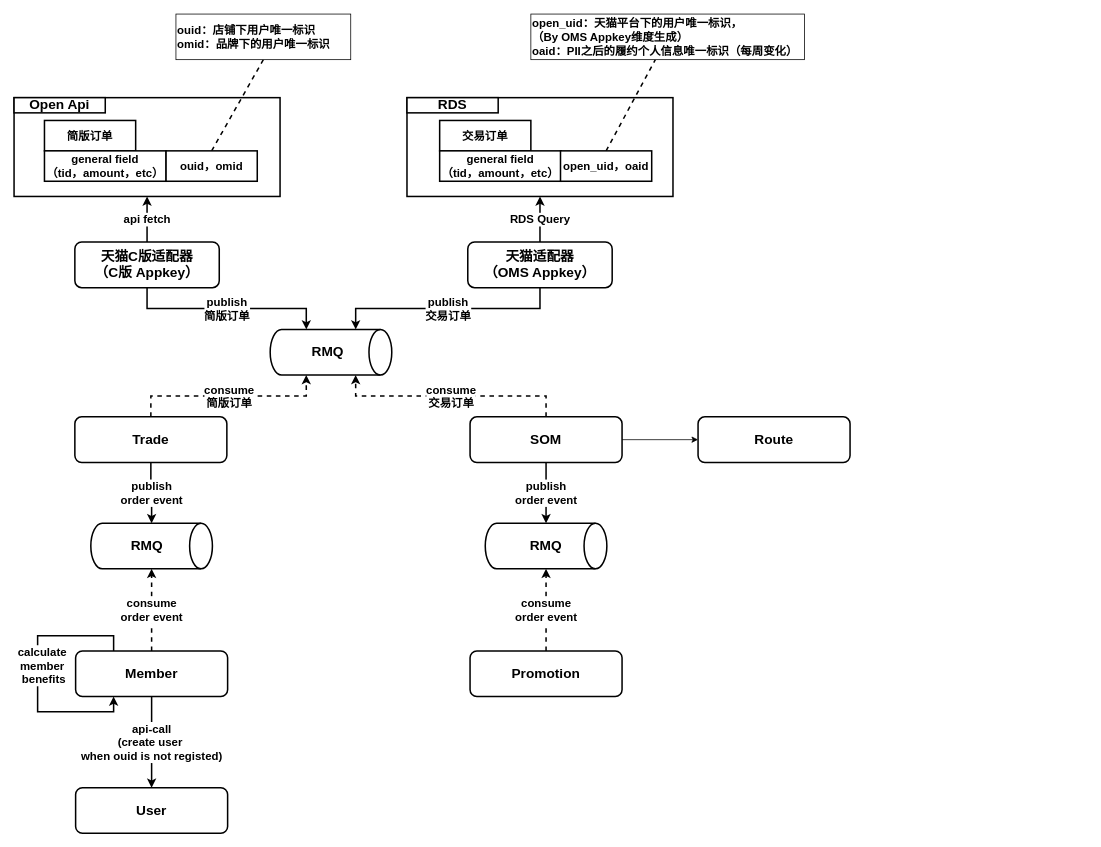
Earlier version of the draw.io diagram projects.drawio (jackie-thank/beego-authz). Source tidied: cells renumbered, new cells numbered last; positions are measured from the earlier drawing's top-left corner, leaving out a move shared by most shapes. Both pictures are drawn from the tidied source at 76%, with x=0, y=0 at pixel (14, 14).
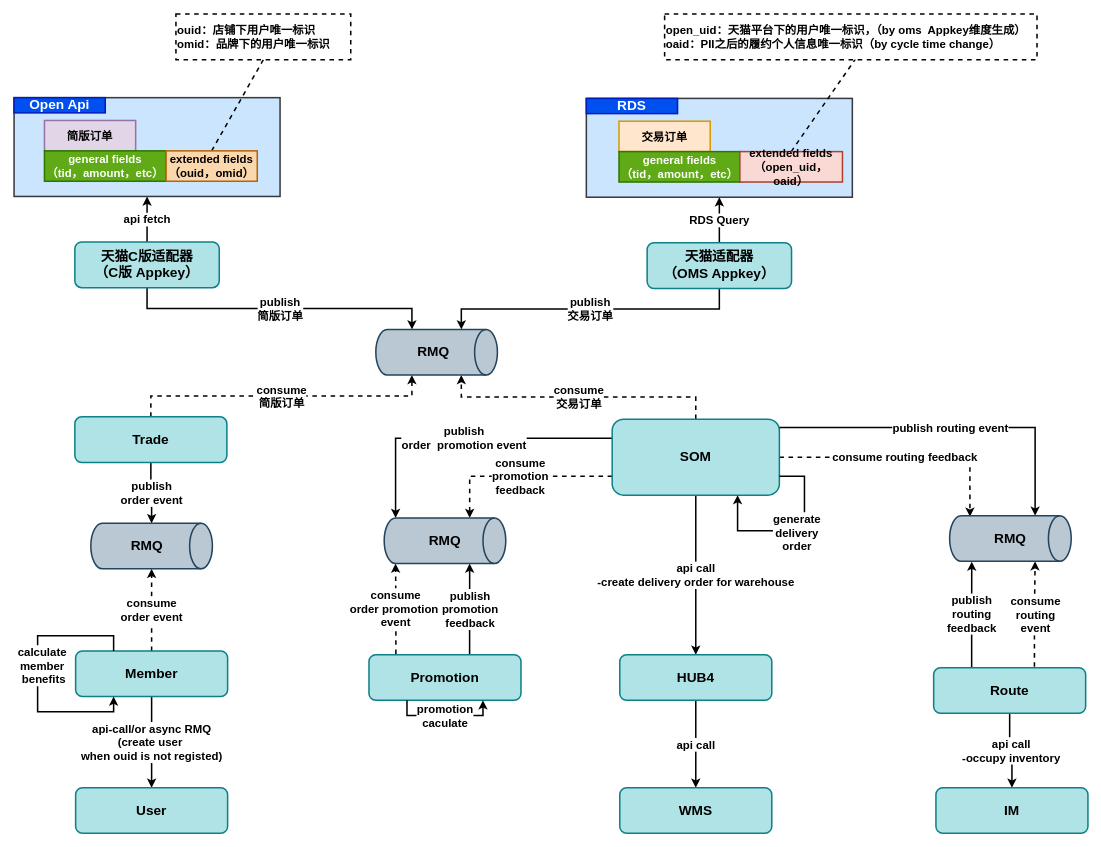
The same page after the edit.

What changed in the source:
```diff
@@
-    <mxCell id="2" style="rounded=0;whiteSpace=wrap;html=1;strokeWidth=2;fontStyle=1;fontSize=15;" parent="1" vertex="1">
-      <mxGeometry x="517" y="110" width="350" height="130" as="geometry" />
+    <mxCell id="2" style="rounded=0;whiteSpace=wrap;html=1;strokeWidth=2;fontStyle=1;fontSize=15;fillColor=#cce5ff;strokeColor=#36393d;" parent="1" vertex="1">
+      <mxGeometry x="753" y="111" width="350" height="130" as="geometry" />
     </mxCell>
-    <mxCell id="3" style="rounded=0;whiteSpace=wrap;html=1;strokeWidth=2;fontStyle=1;fontSize=15;" parent="1" vertex="1">
+    <mxCell id="3" style="rounded=0;whiteSpace=wrap;html=1;strokeWidth=2;fontStyle=1;fontSize=15;fillColor=#cce5ff;strokeColor=#36393d;" parent="1" vertex="1">
       <mxGeometry y="110" width="350" height="130" as="geometry" />
     </mxCell>
-    <mxCell id="4" value="简版订单" style="rounded=0;whiteSpace=wrap;html=1;strokeWidth=2;fontStyle=1;fontSize=15;" parent="1" vertex="1">
+    <mxCell id="4" value="简版订单" style="rounded=0;whiteSpace=wrap;html=1;strokeWidth=2;fontStyle=1;fontSize=15;fillColor=#e1d5e7;strokeColor=#9673a6;" parent="1" vertex="1">
       <mxGeometry x="40" y="140" width="120" height="40" as="geometry" />
     </mxCell>
-    <mxCell id="5" value="交易订单" style="rounded=0;whiteSpace=wrap;html=1;strokeWidth=2;fontStyle=1;fontSize=15;" parent="1" vertex="1">
-      <mxGeometry x="560" y="140" width="120" height="40" as="geometry" />
+    <mxCell id="5" value="交易订单" style="rounded=0;whiteSpace=wrap;html=1;strokeWidth=2;fontStyle=1;fontSize=15;fillColor=#ffe6cc;strokeColor=#d79b00;" parent="1" vertex="1">
+      <mxGeometry x="796" y="141" width="120" height="40" as="geometry" />
     </mxCell>
-    <mxCell id="6" value="&lt;div style=&quot;font-size: 15px;&quot;&gt;general field&lt;/div&gt;&lt;div style=&quot;font-size: 15px;&quot;&gt;（tid，amount，etc）&lt;/div&gt;" style="rounded=0;whiteSpace=wrap;html=1;strokeWidth=2;fontStyle=1;fontSize=15;" parent="1" vertex="1">
+    <mxCell id="6" value="&lt;div style=&quot;font-size: 15px;&quot;&gt;general fields&lt;/div&gt;&lt;div style=&quot;font-size: 15px;&quot;&gt;（tid，amount，etc）&lt;/div&gt;" style="rounded=0;whiteSpace=wrap;html=1;strokeWidth=2;fontStyle=1;fontSize=15;fillColor=#60a917;strokeColor=#2D7600;fontColor=#ffffff;" parent="1" vertex="1">
       <mxGeometry x="40" y="180" width="160" height="40" as="geometry" />
     </mxCell>
@@
-    <mxCell id="8" value="ouid，omid" style="rounded=0;whiteSpace=wrap;html=1;strokeWidth=2;fontStyle=1;fontSize=15;" parent="1" vertex="1">
+    <mxCell id="8" value="&lt;div&gt;extended fields&lt;br&gt;&lt;/div&gt;&lt;div&gt;（ouid，omid）&lt;/div&gt;" style="rounded=0;whiteSpace=wrap;html=1;strokeWidth=2;fontStyle=1;fontSize=15;fillColor=#fad7ac;strokeColor=#b46504;" parent="1" vertex="1">
       <mxGeometry x="200" y="180" width="120" height="40" as="geometry" />
     </mxCell>
-    <mxCell id="9" value="&lt;div style=&quot;font-size: 15px;&quot;&gt;general field&lt;/div&gt;&lt;div style=&quot;font-size: 15px;&quot;&gt;（tid，amount，etc）&lt;/div&gt;" style="rounded=0;whiteSpace=wrap;html=1;strokeWidth=2;fontStyle=1;fontSize=15;" parent="1" vertex="1">
-      <mxGeometry x="560" y="180" width="160" height="40" as="geometry" />
+    <mxCell id="9" value="&lt;div style=&quot;font-size: 15px;&quot;&gt;general fields&lt;/div&gt;&lt;div style=&quot;font-size: 15px;&quot;&gt;（tid，amount，etc）&lt;/div&gt;" style="rounded=0;whiteSpace=wrap;html=1;strokeWidth=2;fontStyle=1;fontSize=15;fillColor=#60a917;fontColor=#ffffff;strokeColor=#2D7600;" parent="1" vertex="1">
+      <mxGeometry x="796" y="181" width="160" height="40" as="geometry" />
     </mxCell>
-    <mxCell id="10" style="rounded=0;jettySize=auto;html=1;exitX=0.5;exitY=0;exitDx=0;exitDy=0;endArrow=none;endFill=0;dashed=1;strokeWidth=2;" parent="1" edge="1" source="11" target="38">
+    <mxCell id="10" style="rounded=0;jettySize=auto;html=1;exitX=0.5;exitY=0;exitDx=0;exitDy=0;endArrow=none;endFill=0;dashed=1;strokeWidth=2;entryX=0.514;entryY=0.967;entryDx=0;entryDy=0;entryPerimeter=0;" parent="1" edge="1" source="11" target="38">
       <mxGeometry relative="1" as="geometry" />
     </mxCell>
-    <mxCell id="11" value="open_uid，oaid" style="rounded=0;whiteSpace=wrap;html=1;strokeWidth=2;fontStyle=1;fontSize=15;" parent="1" vertex="1">
-      <mxGeometry x="719" y="180" width="120" height="40" as="geometry" />
+    <mxCell id="11" value="&lt;div&gt;extended fields&lt;/div&gt;&lt;div&gt;（open_uid，oaid）&lt;/div&gt;" style="rounded=0;whiteSpace=wrap;html=1;strokeWidth=2;fontStyle=1;fontSize=15;fillColor=#fad9d5;strokeColor=#ae4132;" parent="1" vertex="1">
+      <mxGeometry x="955" y="181" width="135" height="40" as="geometry" />
     </mxCell>
@@
-    <mxCell id="14" value="&lt;div style=&quot;font-size: 18px;&quot;&gt;天猫C版适配器&lt;/div&gt;&lt;div style=&quot;font-size: 18px;&quot;&gt;（C版 Appkey）&lt;/div&gt;" style="rounded=1;whiteSpace=wrap;html=1;strokeWidth=2;fontStyle=1;fontSize=18;" parent="1" vertex="1">
+    <mxCell id="14" value="&lt;div style=&quot;font-size: 18px;&quot;&gt;天猫C版适配器&lt;/div&gt;&lt;div style=&quot;font-size: 18px;&quot;&gt;（C版 Appkey）&lt;/div&gt;" style="rounded=1;whiteSpace=wrap;html=1;strokeWidth=2;fontStyle=1;fontSize=18;fillColor=#b0e3e6;strokeColor=#0e8088;" parent="1" vertex="1">
       <mxGeometry x="80" y="300" width="190" height="60" as="geometry" />
     </mxCell>
@@
-    <mxCell id="17" value="&lt;div style=&quot;font-size: 18px;&quot;&gt;天猫适配器&lt;/div&gt;&lt;div style=&quot;font-size: 18px;&quot;&gt;（OMS Appkey）&lt;br style=&quot;font-size: 18px;&quot;&gt;&lt;/div&gt;" style="rounded=1;whiteSpace=wrap;html=1;strokeWidth=2;fontStyle=1;fontSize=18;" parent="1" vertex="1">
-      <mxGeometry x="597" y="300" width="190" height="60" as="geometry" />
+    <mxCell id="17" value="&lt;div style=&quot;font-size: 18px;&quot;&gt;天猫适配器&lt;/div&gt;&lt;div style=&quot;font-size: 18px;&quot;&gt;（OMS Appkey）&lt;br style=&quot;font-size: 18px;&quot;&gt;&lt;/div&gt;" style="rounded=1;whiteSpace=wrap;html=1;strokeWidth=2;fontStyle=1;fontSize=18;fillColor=#b0e3e6;strokeColor=#0e8088;" parent="1" vertex="1">
+      <mxGeometry x="833" y="301" width="190" height="60" as="geometry" />
     </mxCell>
-    <mxCell id="18" value="Open Api" style="rounded=0;whiteSpace=wrap;html=1;strokeWidth=2;fontStyle=1;fontSize=18;" parent="1" vertex="1">
+    <mxCell id="18" value="Open Api" style="rounded=0;whiteSpace=wrap;html=1;strokeWidth=2;fontStyle=1;fontSize=18;fillColor=#0050ef;fontColor=#ffffff;strokeColor=#001DBC;" parent="1" vertex="1">
       <mxGeometry y="110" width="120" height="20" as="geometry" />
     </mxCell>
-    <mxCell id="19" value="RDS" style="rounded=0;whiteSpace=wrap;html=1;strokeWidth=2;fontStyle=1;fontSize=18;" parent="1" vertex="1">
-      <mxGeometry x="517" y="110" width="120" height="20" as="geometry" />
+    <mxCell id="19" value="RDS" style="rounded=0;whiteSpace=wrap;html=1;strokeWidth=2;fontStyle=1;fontSize=18;fillColor=#0050ef;fontColor=#ffffff;strokeColor=#001DBC;" parent="1" vertex="1">
+      <mxGeometry x="753" y="111" width="120" height="20" as="geometry" />
     </mxCell>
@@
-    <mxCell id="22" value="Trade" style="rounded=1;whiteSpace=wrap;html=1;strokeWidth=2;fontSize=18;fontStyle=1;" parent="1" vertex="1">
+    <mxCell id="22" value="Trade" style="rounded=1;whiteSpace=wrap;html=1;strokeWidth=2;fontSize=18;fontStyle=1;fillColor=#b0e3e6;strokeColor=#0e8088;" parent="1" vertex="1">
       <mxGeometry x="80" y="530" width="200" height="60" as="geometry" />
     </mxCell>
@@
-    <mxCell id="24" value="&lt;div&gt;publish&lt;/div&gt;&lt;div&gt;order event&lt;br&gt;&lt;/div&gt;" style="edgeStyle=orthogonalEdgeStyle;rounded=0;jettySize=auto;html=1;exitX=0.5;exitY=1;exitDx=0;exitDy=0;fontSize=15;fontStyle=1;strokeWidth=2;entryX=0;entryY=0.5;entryDx=0;entryDy=0;entryPerimeter=0;" parent="1" edge="1" source="26" target="41">
+    <mxCell id="24" value="&lt;div&gt;publish&lt;/div&gt;&lt;div&gt;order&amp;nbsp; promotion event&lt;br&gt;&lt;/div&gt;" style="edgeStyle=orthogonalEdgeStyle;rounded=0;jettySize=auto;html=1;exitX=0;exitY=0.25;exitDx=0;exitDy=0;fontSize=15;fontStyle=1;strokeWidth=2;entryX=0;entryY=1;entryDx=0;entryDy=-15;entryPerimeter=0;" parent="1" edge="1" source="26" target="41">
       <mxGeometry relative="1" as="geometry" />
     </mxCell>
-    <mxCell id="25" style="edgeStyle=orthogonalEdgeStyle;rounded=0;jettySize=auto;html=1;exitX=1;exitY=0.5;exitDx=0;exitDy=0;entryX=0;entryY=0.5;entryDx=0;entryDy=0;" parent="1" edge="1" source="26" target="43">
-      <mxGeometry relative="1" as="geometry" />
+    <mxCell id="25" value="&lt;div&gt;publish routing event&lt;br&gt;&lt;/div&gt;" style="edgeStyle=orthogonalEdgeStyle;rounded=0;jettySize=auto;html=1;exitX=0.994;exitY=0.126;exitDx=0;exitDy=0;entryX=0;entryY=0;entryDx=0;entryDy=47.5;entryPerimeter=0;fontSize=15;strokeWidth=2;fontStyle=1;exitPerimeter=0;" parent="1" edge="1" source="26" target="52">
+      <mxGeometry relative="1" as="geometry">
+        <Array as="points">
+          <mxPoint x="1007" y="546" />
+          <mxPoint x="1007" y="544" />
+          <mxPoint x="1344" y="544" />
+          <mxPoint x="1344" y="660" />
+        </Array>
+      </mxGeometry>
     </mxCell>
+    <mxCell id="44" value="&lt;div style=&quot;font-size: 15px;&quot;&gt;consume&lt;/div&gt;&lt;div style=&quot;font-size: 15px;&quot;&gt;promotion&lt;/div&gt;&lt;div style=&quot;font-size: 15px;&quot;&gt;feedback&lt;br style=&quot;font-size: 15px;&quot;&gt;&lt;/div&gt;" style="edgeStyle=orthogonalEdgeStyle;rounded=0;jettySize=auto;html=1;exitX=0;exitY=0.75;exitDx=0;exitDy=0;entryX=0;entryY=0;entryDx=0;entryDy=47.5;entryPerimeter=0;fontSize=15;fontStyle=1;strokeWidth=2;dashed=1;" parent="1" edge="1" source="26" target="41">
+      <mxGeometry relative="1" as="geometry" />
+    </mxCell>
+    <mxCell id="45" value="&lt;div&gt;api call&lt;/div&gt;&lt;div&gt;-create delivery order for warehouse&lt;br&gt;&lt;/div&gt;" style="edgeStyle=orthogonalEdgeStyle;rounded=0;jettySize=auto;html=1;exitX=0.5;exitY=1;exitDx=0;exitDy=0;strokeWidth=2;fontSize=15;fontStyle=1;" parent="1" edge="1" source="26" target="56">
+      <mxGeometry relative="1" as="geometry" />
+    </mxCell>
+    <mxCell id="46" value="&lt;div style=&quot;font-size: 15px;&quot;&gt;consume routing feedback&lt;br style=&quot;font-size: 15px;&quot;&gt;&lt;/div&gt;" style="rounded=0;jettySize=auto;html=1;exitX=1;exitY=0.5;exitDx=0;exitDy=0;entryX=0.022;entryY=0.833;entryDx=0;entryDy=0;entryPerimeter=0;dashed=1;strokeWidth=2;fontSize=15;fontStyle=1;edgeStyle=orthogonalEdgeStyle;" parent="1" edge="1" source="26" target="52">
+      <mxGeometry relative="1" as="geometry" />
+    </mxCell>
-    <mxCell id="26" value="SOM" style="rounded=1;whiteSpace=wrap;html=1;strokeWidth=2;fontSize=18;fontStyle=1;" parent="1" vertex="1">
-      <mxGeometry x="600" y="530" width="200" height="60" as="geometry" />
+    <mxCell id="26" value="SOM" style="rounded=1;whiteSpace=wrap;html=1;strokeWidth=2;fontSize=18;fontStyle=1;fillColor=#b0e3e6;strokeColor=#0e8088;" parent="1" vertex="1">
+      <mxGeometry x="787" y="533" width="220" height="100" as="geometry" />
     </mxCell>
-    <mxCell id="27" style="shape=cylinder3;whiteSpace=wrap;html=1;boundedLbl=1;backgroundOutline=1;size=15;rotation=90;strokeWidth=2;" parent="1" vertex="1">
-      <mxGeometry x="387" y="365" width="60" height="160" as="geometry" />
+    <mxCell id="27" style="shape=cylinder3;whiteSpace=wrap;html=1;boundedLbl=1;backgroundOutline=1;size=15;rotation=90;strokeWidth=2;fillColor=#bac8d3;strokeColor=#23445d;" parent="1" vertex="1">
+      <mxGeometry x="526" y="365" width="60" height="160" as="geometry" />
     </mxCell>
     <mxCell id="28" value="RMQ" style="text;html=1;strokeColor=none;fillColor=none;align=center;verticalAlign=middle;whiteSpace=wrap;rounded=0;fontStyle=1;fontSize=18;" parent="1" vertex="1">
-      <mxGeometry x="383" y="430" width="60" height="30" as="geometry" />
+      <mxGeometry x="522" y="430" width="60" height="30" as="geometry" />
     </mxCell>
@@
-    <mxCell id="30" value="&lt;div style=&quot;font-size: 15px;&quot;&gt;api-call&lt;/div&gt;&lt;div style=&quot;font-size: 15px;&quot;&gt;(create user&amp;nbsp;&lt;/div&gt;&lt;div style=&quot;font-size: 15px;&quot;&gt;when ouid is not registed)&lt;br style=&quot;font-size: 15px;&quot;&gt;&lt;/div&gt;" style="edgeStyle=orthogonalEdgeStyle;rounded=0;jettySize=auto;html=1;exitX=0.5;exitY=1;exitDx=0;exitDy=0;strokeWidth=2;fontSize=15;fontStyle=1;" parent="1" edge="1" source="31" target="36">
+    <mxCell id="30" value="&lt;div style=&quot;font-size: 15px;&quot;&gt;api-call/or async RMQ&lt;br&gt;&lt;/div&gt;&lt;div style=&quot;font-size: 15px;&quot;&gt;(create user&amp;nbsp;&lt;/div&gt;&lt;div style=&quot;font-size: 15px;&quot;&gt;when ouid is not registed)&lt;/div&gt;" style="edgeStyle=orthogonalEdgeStyle;rounded=0;jettySize=auto;html=1;exitX=0.5;exitY=1;exitDx=0;exitDy=0;strokeWidth=2;fontSize=15;fontStyle=1;" parent="1" edge="1" source="31" target="36">
       <mxGeometry relative="1" as="geometry" />
     </mxCell>
-    <mxCell id="31" value="Member" style="rounded=1;whiteSpace=wrap;html=1;strokeWidth=2;fontSize=18;fontStyle=1;" parent="1" vertex="1">
+    <mxCell id="31" value="Member" style="rounded=1;whiteSpace=wrap;html=1;strokeWidth=2;fontSize=18;fontStyle=1;fillColor=#b0e3e6;strokeColor=#0e8088;" parent="1" vertex="1">
       <mxGeometry x="81" y="838" width="200" height="60" as="geometry" />
     </mxCell>
-    <mxCell id="32" style="shape=cylinder3;whiteSpace=wrap;html=1;boundedLbl=1;backgroundOutline=1;size=15;rotation=90;strokeWidth=2;" parent="1" vertex="1">
+    <mxCell id="32" style="shape=cylinder3;whiteSpace=wrap;html=1;boundedLbl=1;backgroundOutline=1;size=15;rotation=90;strokeWidth=2;fillColor=#bac8d3;strokeColor=#23445d;" parent="1" vertex="1">
       <mxGeometry x="151" y="620" width="60" height="160" as="geometry" />
     </mxCell>
@@
-    <mxCell id="36" value="User" style="rounded=1;whiteSpace=wrap;html=1;strokeWidth=2;fontSize=18;fontStyle=1;" parent="1" vertex="1">
+    <mxCell id="36" value="User" style="rounded=1;whiteSpace=wrap;html=1;strokeWidth=2;fontSize=18;fontStyle=1;fillColor=#b0e3e6;strokeColor=#0e8088;" parent="1" vertex="1">
       <mxGeometry x="81" y="1018" width="200" height="60" as="geometry" />
     </mxCell>
-    <mxCell id="37" value="&lt;div style=&quot;font-size: 15px;&quot;&gt;ouid：店铺下用户唯一标识&lt;/div&gt;&lt;div style=&quot;font-size: 15px;&quot;&gt;omid：品牌下的用户唯一标识&lt;br style=&quot;font-size: 15px;&quot;&gt;&lt;/div&gt;" style="rounded=0;whiteSpace=wrap;html=1;fontStyle=1;fontSize=15;align=left;" parent="1" vertex="1">
+    <mxCell id="37" value="&lt;div style=&quot;font-size: 15px;&quot;&gt;ouid：店铺下用户唯一标识&lt;/div&gt;&lt;div style=&quot;font-size: 15px;&quot;&gt;omid：品牌下的用户唯一标识&lt;br style=&quot;font-size: 15px;&quot;&gt;&lt;/div&gt;" style="rounded=0;whiteSpace=wrap;html=1;fontStyle=1;fontSize=15;align=left;dashed=1;strokeWidth=2;" parent="1" vertex="1">
       <mxGeometry x="213" width="230" height="60" as="geometry" />
     </mxCell>
-    <mxCell id="38" value="&lt;div style=&quot;font-size: 15px;&quot;&gt;open_uid：天猫平台下的用户唯一标识，&lt;/div&gt;&lt;div style=&quot;font-size: 15px;&quot;&gt;（By OMS Appkey维度生成）&lt;/div&gt;&lt;div style=&quot;font-size: 15px;&quot;&gt;oaid：PII之后的履约个人信息唯一标识（每周变化）&lt;br style=&quot;font-size: 15px;&quot;&gt;&lt;/div&gt;" style="rounded=0;whiteSpace=wrap;html=1;fontSize=15;fontStyle=1;align=left;" parent="1" vertex="1">
-      <mxGeometry x="680" width="360" height="60" as="geometry" />
+    <mxCell id="38" value="&lt;div style=&quot;font-size: 15px;&quot;&gt;open_uid：天猫平台下的用户唯一标识，（by oms&amp;nbsp; Appkey维度生成）&lt;/div&gt;&lt;div style=&quot;font-size: 15px;&quot;&gt;oaid：PII之后的履约个人信息唯一标识（by cycle time change）&lt;br style=&quot;font-size: 15px;&quot;&gt;&lt;/div&gt;" style="rounded=0;whiteSpace=wrap;html=1;fontSize=15;fontStyle=1;align=left;dashed=1;strokeWidth=2;" parent="1" vertex="1">
+      <mxGeometry x="856" width="490" height="60" as="geometry" />
     </mxCell>
-    <mxCell id="39" value="&lt;div style=&quot;font-size: 15px;&quot;&gt;consume&lt;/div&gt;&lt;div style=&quot;font-size: 15px;&quot;&gt;order event&lt;br style=&quot;font-size: 15px;&quot;&gt;&lt;/div&gt;" style="edgeStyle=orthogonalEdgeStyle;rounded=0;jettySize=auto;html=1;exitX=0.5;exitY=0;exitDx=0;exitDy=0;entryX=1;entryY=0.5;entryDx=0;entryDy=0;entryPerimeter=0;strokeWidth=2;dashed=1;fontSize=15;fontStyle=1;" parent="1" edge="1" source="40" target="41">
+    <mxCell id="39" value="&lt;div style=&quot;font-size: 15px;&quot;&gt;consume&lt;/div&gt;&lt;div style=&quot;font-size: 15px;&quot;&gt;order promotion&amp;nbsp;&lt;/div&gt;&lt;div style=&quot;font-size: 15px;&quot;&gt;event&lt;br style=&quot;font-size: 15px;&quot;&gt;&lt;/div&gt;" style="edgeStyle=orthogonalEdgeStyle;rounded=0;jettySize=auto;html=1;exitX=0.177;exitY=-0.017;exitDx=0;exitDy=0;entryX=1;entryY=1;entryDx=0;entryDy=-15;entryPerimeter=0;strokeWidth=2;dashed=1;fontSize=15;fontStyle=1;exitPerimeter=0;" parent="1" edge="1" source="40" target="41">
       <mxGeometry relative="1" as="geometry" />
     </mxCell>
+    <mxCell id="47" value="&lt;div style=&quot;font-size: 15px;&quot;&gt;publish&lt;/div&gt;&lt;div style=&quot;font-size: 15px;&quot;&gt;promotion&lt;/div&gt;&lt;div style=&quot;font-size: 15px;&quot;&gt;feedback&lt;br style=&quot;font-size: 15px;&quot;&gt;&lt;/div&gt;" style="edgeStyle=orthogonalEdgeStyle;rounded=0;jettySize=auto;html=1;strokeWidth=2;fontSize=15;fontStyle=1;entryX=1;entryY=0;entryDx=0;entryDy=47.5;entryPerimeter=0;exitX=0.662;exitY=0.017;exitDx=0;exitDy=0;exitPerimeter=0;" parent="1" edge="1" source="40" target="41">
+      <mxGeometry relative="1" as="geometry" />
+    </mxCell>
-    <mxCell id="40" value="Promotion" style="rounded=1;whiteSpace=wrap;html=1;strokeWidth=2;fontSize=18;fontStyle=1;" parent="1" vertex="1">
-      <mxGeometry x="600" y="838" width="200" height="60" as="geometry" />
+    <mxCell id="40" value="Promotion" style="rounded=1;whiteSpace=wrap;html=1;strokeWidth=2;fontSize=18;fontStyle=1;fillColor=#b0e3e6;strokeColor=#0e8088;" parent="1" vertex="1">
+      <mxGeometry x="467" y="843" width="200" height="60" as="geometry" />
     </mxCell>
-    <mxCell id="41" style="shape=cylinder3;whiteSpace=wrap;html=1;boundedLbl=1;backgroundOutline=1;size=15;rotation=90;strokeWidth=2;" parent="1" vertex="1">
-      <mxGeometry x="670" y="620" width="60" height="160" as="geometry" />
+    <mxCell id="41" style="shape=cylinder3;whiteSpace=wrap;html=1;boundedLbl=1;backgroundOutline=1;size=15;rotation=90;strokeWidth=2;fillColor=#bac8d3;strokeColor=#23445d;" parent="1" vertex="1">
+      <mxGeometry x="537" y="613" width="60" height="160" as="geometry" />
     </mxCell>
     <mxCell id="42" value="RMQ" style="text;html=1;strokeColor=none;fillColor=none;align=center;verticalAlign=middle;whiteSpace=wrap;rounded=0;fontStyle=1;fontSize=18;" parent="1" vertex="1">
-      <mxGeometry x="670" y="685" width="60" height="30" as="geometry" />
+      <mxGeometry x="537" y="678" width="60" height="30" as="geometry" />
     </mxCell>
+    <mxCell id="48" value="&lt;div style=&quot;font-size: 15px;&quot;&gt;consume&lt;/div&gt;&lt;div style=&quot;font-size: 15px;&quot;&gt;routing&lt;/div&gt;&lt;div style=&quot;font-size: 15px;&quot;&gt;event&lt;br style=&quot;font-size: 15px;&quot;&gt;&lt;/div&gt;" style="rounded=0;jettySize=auto;html=1;exitX=0.663;exitY=-0.019;exitDx=0;exitDy=0;entryX=1;entryY=0;entryDx=0;entryDy=47.5;entryPerimeter=0;strokeWidth=2;dashed=1;fontSize=15;fontStyle=1;edgeStyle=orthogonalEdgeStyle;exitPerimeter=0;" parent="1" edge="1" source="43" target="52">
+      <mxGeometry relative="1" as="geometry" />
+    </mxCell>
+    <mxCell id="49" value="&lt;div style=&quot;font-size: 15px;&quot;&gt;publish&lt;/div&gt;&lt;div style=&quot;font-size: 15px;&quot;&gt;routing&lt;/div&gt;&lt;div style=&quot;font-size: 15px;&quot;&gt;feedback&lt;br style=&quot;font-size: 15px;&quot;&gt;&lt;/div&gt;" style="rounded=0;jettySize=auto;html=1;exitX=0.25;exitY=0;exitDx=0;exitDy=0;entryX=1.008;entryY=0.818;entryDx=0;entryDy=0;entryPerimeter=0;strokeWidth=2;fontSize=15;fontStyle=1;edgeStyle=orthogonalEdgeStyle;" parent="1" edge="1" source="43" target="52">
+      <mxGeometry x="0.01" relative="1" as="geometry" />
+    </mxCell>
+    <mxCell id="50" value="&lt;div style=&quot;font-size: 15px;&quot;&gt;api call&lt;/div&gt;&lt;div style=&quot;font-size: 15px;&quot;&gt;-occupy inventory&lt;br style=&quot;font-size: 15px;&quot;&gt;&lt;/div&gt;" style="edgeStyle=orthogonalEdgeStyle;rounded=0;jettySize=auto;html=1;exitX=0.5;exitY=1;exitDx=0;exitDy=0;strokeWidth=2;fontSize=15;fontStyle=1;" parent="1" edge="1" source="43" target="54">
+      <mxGeometry relative="1" as="geometry" />
+    </mxCell>
-    <mxCell id="43" value="Route" style="rounded=1;whiteSpace=wrap;html=1;strokeWidth=2;fontSize=18;fontStyle=1;" parent="1" vertex="1">
-      <mxGeometry x="900" y="530" width="200" height="60" as="geometry" />
+    <mxCell id="43" value="Route" style="rounded=1;whiteSpace=wrap;html=1;strokeWidth=2;fontSize=18;fontStyle=1;fillColor=#b0e3e6;strokeColor=#0e8088;" parent="1" vertex="1">
+      <mxGeometry x="1210" y="860" width="200" height="60" as="geometry" />
     </mxCell>
+    <mxCell id="51" value="&lt;div style=&quot;font-size: 15px;&quot;&gt;promotion&lt;br&gt;&lt;/div&gt;&lt;div style=&quot;font-size: 15px;&quot;&gt;caculate&lt;br style=&quot;font-size: 15px;&quot;&gt;&lt;/div&gt;" style="edgeStyle=orthogonalEdgeStyle;rounded=0;orthogonalLoop=1;jettySize=auto;html=1;exitX=0.25;exitY=1;exitDx=0;exitDy=0;entryX=0.75;entryY=1;entryDx=0;entryDy=0;strokeWidth=2;fontSize=15;fontStyle=1;" parent="1" edge="1" source="40" target="40">
+      <mxGeometry relative="1" as="geometry" />
+    </mxCell>
+    <mxCell id="52" style="shape=cylinder3;whiteSpace=wrap;html=1;boundedLbl=1;backgroundOutline=1;size=15;rotation=90;strokeWidth=2;fillColor=#bac8d3;strokeColor=#23445d;" parent="1" vertex="1">
+      <mxGeometry x="1281" y="610" width="60" height="160" as="geometry" />
+    </mxCell>
+    <mxCell id="53" value="RMQ" style="text;html=1;strokeColor=none;fillColor=none;align=center;verticalAlign=middle;whiteSpace=wrap;rounded=0;fontStyle=1;fontSize=18;" parent="1" vertex="1">
+      <mxGeometry x="1281" y="675" width="60" height="30" as="geometry" />
+    </mxCell>
+    <mxCell id="54" value="IM" style="rounded=1;whiteSpace=wrap;html=1;strokeWidth=2;fontSize=18;fontStyle=1;fillColor=#b0e3e6;strokeColor=#0e8088;" parent="1" vertex="1">
+      <mxGeometry x="1213" y="1018" width="200" height="60" as="geometry" />
+    </mxCell>
+    <mxCell id="55" value="api call" style="edgeStyle=orthogonalEdgeStyle;rounded=0;jettySize=auto;html=1;exitX=0.5;exitY=1;exitDx=0;exitDy=0;fontSize=15;fontStyle=1;strokeWidth=2;" parent="1" edge="1" source="56" target="59">
+      <mxGeometry relative="1" as="geometry" />
+    </mxCell>
+    <mxCell id="56" value="HUB4" style="rounded=1;whiteSpace=wrap;html=1;strokeWidth=2;fontSize=18;fontStyle=1;fillColor=#b0e3e6;strokeColor=#0e8088;" parent="1" vertex="1">
+      <mxGeometry x="797" y="843" width="200" height="60" as="geometry" />
+    </mxCell>
+    <mxCell id="57" style="edgeStyle=orthogonalEdgeStyle;rounded=0;orthogonalLoop=1;jettySize=auto;html=1;exitX=1;exitY=0.75;exitDx=0;exitDy=0;entryX=0.75;entryY=1;entryDx=0;entryDy=0;strokeWidth=2;" parent="1" edge="1" source="26" target="26">
+      <mxGeometry relative="1" as="geometry">
+        <Array as="points">
+          <mxPoint x="1040" y="608" />
+          <mxPoint x="1040" y="680" />
+          <mxPoint x="952" y="680" />
+        </Array>
+      </mxGeometry>
+    </mxCell>
+    <mxCell id="58" value="&lt;div style=&quot;font-size: 15px;&quot;&gt;generate&lt;/div&gt;&lt;div style=&quot;font-size: 15px;&quot;&gt;delivery&lt;/div&gt;&lt;div style=&quot;font-size: 15px;&quot;&gt;order&lt;br style=&quot;font-size: 15px;&quot;&gt;&lt;/div&gt;" style="edgeLabel;html=1;align=center;verticalAlign=middle;fontSize=15;fontStyle=1;" parent="57" vertex="1">
+      <mxGeometry x="-0.03" y="1" relative="1" as="geometry" />
+    </mxCell>
+    <mxCell id="59" value="WMS" style="rounded=1;whiteSpace=wrap;html=1;strokeWidth=2;fontSize=18;fontStyle=1;fillColor=#b0e3e6;strokeColor=#0e8088;" parent="1" vertex="1">
+      <mxGeometry x="797" y="1018" width="200" height="60" as="geometry" />
+    </mxCell>
```
